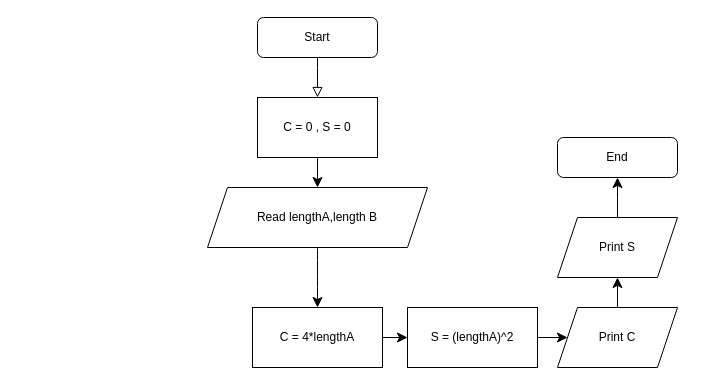
Above: page "Hình chữ nhật" (2 of 2) of Biểu đồ không có tiêu đề.drawio in LONGDKZdev/Flowchart (draw.io), before the change. Source tidied: cells renumbered, new cells numbered last; positions are measured from the earlier drawing's top-left corner, leaving out a move shared by most shapes. Both pictures are drawn from the tidied source at 100%, with x=0, y=0 at pixel (207, 17).
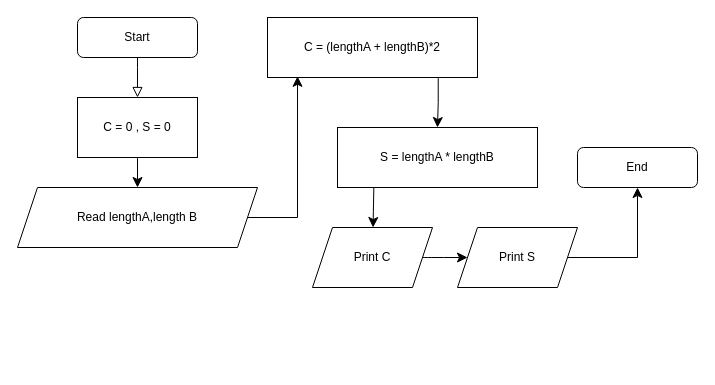
The same diagram, later.

Commit message:
Hình chữ nhật.drawio

The edit, as a diff of the source:
```diff
@@
     <mxCell id="2" style="rounded=0;html=1;jettySize=auto;fontSize=11;endArrow=block;endFill=0;endSize=8;strokeWidth=1;shadow=0;labelBackgroundColor=none;edgeStyle=orthogonalEdgeStyle;entryX=0.5;entryY=0;entryDx=0;entryDy=0;exitX=0.5;exitY=1;exitDx=0;exitDy=0;" parent="1" edge="1" source="3">
       <mxGeometry relative="1" as="geometry">
-        <mxPoint x="110" y="80" as="targetPoint" />
+        <mxPoint x="-70" y="80" as="targetPoint" />
         <Array as="points">
-          <mxPoint x="110" y="50" />
+          <mxPoint x="-70" y="50" />
         </Array>
       </mxGeometry>
     </mxCell>
     <mxCell id="3" value="Start" style="rounded=1;whiteSpace=wrap;html=1;fontSize=12;glass=0;strokeWidth=1;shadow=0;" parent="1" vertex="1">
-      <mxGeometry x="50" width="120" height="40" as="geometry" />
+      <mxGeometry x="-130" width="120" height="40" as="geometry" />
     </mxCell>
     <mxCell id="4" style="edgeStyle=none;curved=1;rounded=0;orthogonalLoop=1;jettySize=auto;html=1;fontSize=12;startSize=8;endSize=8;exitX=0.5;exitY=1;exitDx=0;exitDy=0;" parent="1" edge="1">
       <mxGeometry relative="1" as="geometry">
-        <mxPoint x="110" y="140" as="sourcePoint" />
-        <mxPoint x="110" y="170" as="targetPoint" />
+        <mxPoint x="-70" y="140" as="sourcePoint" />
+        <mxPoint x="-70" y="170" as="targetPoint" />
       </mxGeometry>
     </mxCell>
     <mxCell id="5" value="Read lengthA,length B" style="shape=parallelogram;perimeter=parallelogramPerimeter;whiteSpace=wrap;html=1;fixedSize=1;" parent="1" vertex="1">
-      <mxGeometry y="170" width="220" height="60" as="geometry" />
+      <mxGeometry x="-190" y="170" width="240" height="60" as="geometry" />
     </mxCell>
     <mxCell id="6" value="C = 0 , S = 0" style="rounded=0;whiteSpace=wrap;html=1;" parent="1" vertex="1">
-      <mxGeometry x="50" y="80" width="120" height="60" as="geometry" />
+      <mxGeometry x="-130" y="80" width="120" height="60" as="geometry" />
     </mxCell>
-    <mxCell id="7" style="edgeStyle=none;curved=1;rounded=0;jettySize=auto;html=1;fontSize=12;startSize=8;endSize=8;exitX=0.5;exitY=0;exitDx=0;exitDy=0;entryX=0.5;entryY=1;entryDx=0;entryDy=0;" parent="1" edge="1" source="13" target="12">
+    <mxCell id="7" style="edgeStyle=none;curved=1;rounded=0;jettySize=auto;html=1;fontSize=12;startSize=8;endSize=8;exitX=1;exitY=0.5;exitDx=0;exitDy=0;entryX=0;entryY=0.5;entryDx=0;entryDy=0;" parent="1" edge="1" source="13" target="12">
       <mxGeometry relative="1" as="geometry" />
     </mxCell>
-    <mxCell id="8" value="C = 4*lengthA" style="whiteSpace=wrap;html=1;" parent="1" vertex="1">
-      <mxGeometry x="45" y="290" width="130" height="60" as="geometry" />
+    <mxCell id="8" value="C = (lengthA + lengthB)*2" style="whiteSpace=wrap;html=1;" parent="1" vertex="1">
+      <mxGeometry x="60" width="210" height="60" as="geometry" />
     </mxCell>
-    <mxCell id="9" style="edgeStyle=none;curved=1;rounded=0;jettySize=auto;html=1;fontSize=12;startSize=8;endSize=8;" parent="1" edge="1" source="10" target="13">
+    <mxCell id="9" style="edgeStyle=none;curved=1;rounded=0;jettySize=auto;html=1;fontSize=12;startSize=8;endSize=8;exitX=0.182;exitY=0.943;exitDx=0;exitDy=0;exitPerimeter=0;" parent="1" edge="1" source="10" target="13">
       <mxGeometry relative="1" as="geometry" />
     </mxCell>
-    <mxCell id="10" value="S = (lengthA)^2" style="whiteSpace=wrap;html=1;" parent="1" vertex="1">
-      <mxGeometry x="200" y="290" width="130" height="60" as="geometry" />
+    <mxCell id="10" value="S = lengthA * lengthB" style="whiteSpace=wrap;html=1;" parent="1" vertex="1">
+      <mxGeometry x="130" y="110" width="200" height="60" as="geometry" />
     </mxCell>
-    <mxCell id="11" style="edgeStyle=elbowEdgeStyle;elbow=vertical;endArrow=classic;html=1;curved=0;rounded=0;endSize=8;startSize=8;fontSize=12;exitX=1;exitY=0.5;exitDx=0;exitDy=0;entryX=0;entryY=0.5;entryDx=0;entryDy=0;" parent="1" edge="1" source="8" target="10">
+    <mxCell id="11" style="edgeStyle=elbowEdgeStyle;elbow=vertical;endArrow=classic;html=1;curved=0;rounded=0;endSize=8;startSize=8;fontSize=12;entryX=0.5;entryY=0;entryDx=0;entryDy=0;exitX=0.813;exitY=1.011;exitDx=0;exitDy=0;exitPerimeter=0;" parent="1" edge="1" source="8" target="10">
       <mxGeometry relative="1" as="geometry" />
     </mxCell>
     <mxCell id="12" value="Print S" style="shape=parallelogram;perimeter=parallelogramPerimeter;whiteSpace=wrap;html=1;fixedSize=1;" parent="1" vertex="1">
-      <mxGeometry x="350" y="200" width="120" height="60" as="geometry" />
+      <mxGeometry x="250" y="210" width="120" height="60" as="geometry" />
     </mxCell>
     <mxCell id="13" value="Print C" style="shape=parallelogram;perimeter=parallelogramPerimeter;whiteSpace=wrap;html=1;fixedSize=1;" parent="1" vertex="1">
-      <mxGeometry x="350" y="290" width="120" height="60" as="geometry" />
+      <mxGeometry x="105" y="210" width="120" height="60" as="geometry" />
     </mxCell>
-    <mxCell id="14" style="edgeStyle=elbowEdgeStyle;elbow=vertical;endArrow=classic;html=1;curved=0;rounded=0;endSize=8;startSize=8;fontSize=12;exitX=0.5;exitY=0;exitDx=0;exitDy=0;entryX=0.5;entryY=1;entryDx=0;entryDy=0;" parent="1" edge="1" source="12" target="15">
+    <mxCell id="14" style="edgeStyle=elbowEdgeStyle;elbow=vertical;endArrow=classic;html=1;curved=0;rounded=0;endSize=8;startSize=8;fontSize=12;entryX=0.5;entryY=1;entryDx=0;entryDy=0;exitX=1;exitY=0.5;exitDx=0;exitDy=0;" parent="1" edge="1" source="12" target="15">
       <mxGeometry relative="1" as="geometry">
         <Array as="points">
-          <mxPoint x="420" y="180" />
-          <mxPoint x="560" y="300" />
-          <mxPoint x="560" y="200" />
-          <mxPoint x="480" y="140" />
+          <mxPoint x="400" y="240" />
+          <mxPoint x="540" y="300" />
+          <mxPoint x="540" y="200" />
+          <mxPoint x="460" y="140" />
         </Array>
       </mxGeometry>
     </mxCell>
     <mxCell id="15" value="End" style="rounded=1;whiteSpace=wrap;html=1;" parent="1" vertex="1">
-      <mxGeometry x="350" y="120" width="120" height="40" as="geometry" />
+      <mxGeometry x="370" y="130" width="120" height="40" as="geometry" />
     </mxCell>
-    <mxCell id="16" style="edgeStyle=none;curved=1;rounded=0;jettySize=auto;html=1;entryX=0.5;entryY=0;entryDx=0;entryDy=0;fontSize=12;startSize=8;endSize=8;" parent="1" edge="1" source="5" target="8">
-      <mxGeometry relative="1" as="geometry" />
+    <mxCell id="16" style="edgeStyle=orthogonalEdgeStyle;rounded=0;jettySize=auto;html=1;fontSize=12;startSize=8;endSize=8;entryX=0.143;entryY=0.98;entryDx=0;entryDy=0;entryPerimeter=0;" parent="1" edge="1" source="5" target="8">
+      <mxGeometry relative="1" as="geometry">
+        <Array as="points">
+          <mxPoint x="90" y="200" />
+        </Array>
+      </mxGeometry>
     </mxCell>
```
